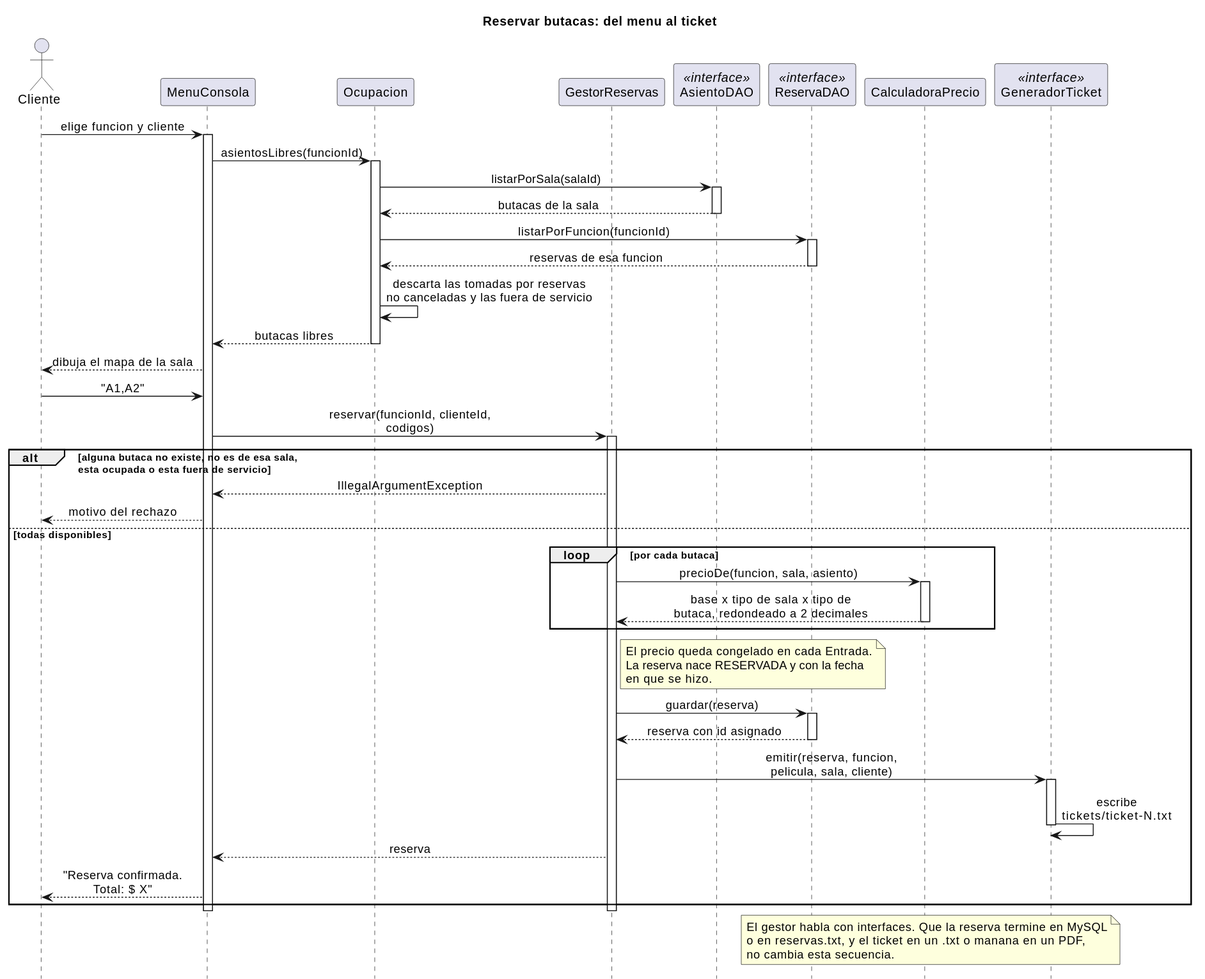
The PlantUML diagram cine-backend/docs/diagramas/secuencia-reserva.svg in andreiveisuade/cine-uade, before a commit. Source of this version:
```plantuml
@startuml
title Reservar butacas: del menu al ticket

skinparam sequenceMessageAlign center
hide footbox

actor Cliente
participant "MenuConsola" as UI
participant "Ocupacion" as Ocupacion
participant "GestorReservas" as Gestor
participant "AsientoDAO" as Asientos <<interface>>
participant "ReservaDAO" as DAO <<interface>>
participant "CalculadoraPrecio" as Precio
participant "GeneradorTicket" as Ticket <<interface>>

Cliente -> UI : elige funcion y cliente
activate UI

UI -> Ocupacion : asientosLibres(funcionId)
activate Ocupacion
Ocupacion -> Asientos : listarPorSala(salaId)
activate Asientos
Asientos --> Ocupacion : butacas de la sala
deactivate Asientos
Ocupacion -> DAO : listarPorFuncion(funcionId)
activate DAO
DAO --> Ocupacion : reservas de esa funcion
deactivate DAO
Ocupacion -> Ocupacion : descarta las tomadas por reservas\nno canceladas y las fuera de servicio
Ocupacion --> UI : butacas libres
deactivate Ocupacion

UI --> Cliente : dibuja el mapa de la sala
Cliente -> UI : "A1,A2"

UI -> Gestor : reservar(funcionId, clienteId,\ncodigos)
activate Gestor

alt alguna butaca no existe, no es de esa sala,\nesta ocupada o esta fuera de servicio
  Gestor --> UI : IllegalArgumentException
  UI --> Cliente : motivo del rechazo
else todas disponibles
  loop por cada butaca
    Gestor -> Precio : precioDe(funcion, sala, asiento)
    activate Precio
    Precio --> Gestor : base x tipo de sala x tipo de\nbutaca, redondeado a 2 decimales
    deactivate Precio
  end

  note right of Gestor
    El precio queda congelado en cada Entrada.
    La reserva nace RESERVADA y con la fecha
    en que se hizo.
  end note

  Gestor -> DAO : guardar(reserva)
  activate DAO
  DAO --> Gestor : reserva con id asignado
  deactivate DAO

  Gestor -> Ticket : emitir(reserva, funcion,\npelicula, sala, cliente)
  activate Ticket
  Ticket -> Ticket : escribe\ntickets/ticket-N.txt
  deactivate Ticket

  Gestor --> UI : reserva
  UI --> Cliente : "Reserva confirmada.\nTotal: $ X"
end
deactivate Gestor
deactivate UI

note over DAO, Ticket
  El gestor habla con interfaces. Que la reserva termine en MySQL
  o en reservas.txt, y el ticket en un .txt o manana en un PDF,
  no cambia esta secuencia.
end note
@enduml
```
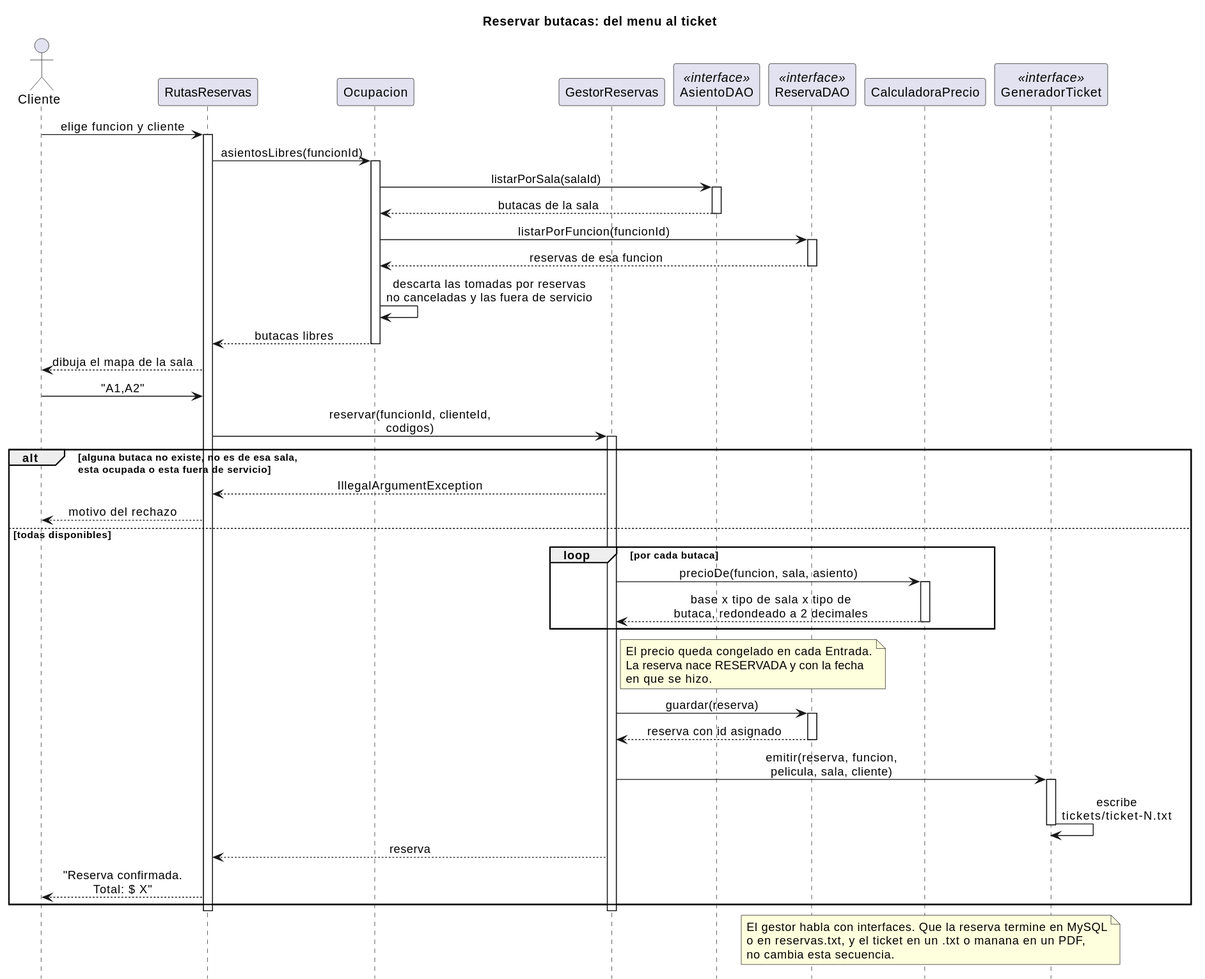
The same diagram one commit later.

Change to the diagram source:
```diff
@@ -5,7 +5,7 @@
 hide footbox
 
 actor Cliente
-participant "MenuConsola" as UI
+participant "RutasReservas" as UI
 participant "Ocupacion" as Ocupacion
 participant "GestorReservas" as Gestor
 participant "AsientoDAO" as Asientos <<interface>>
```
